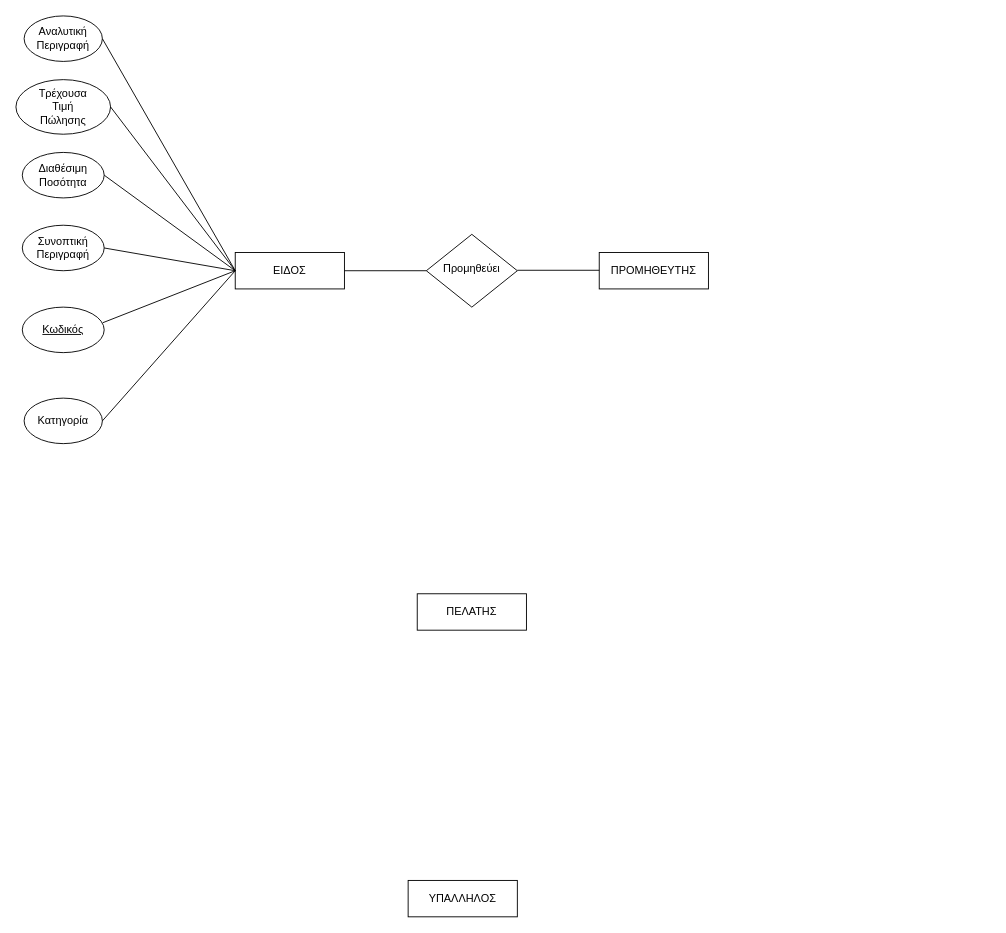
This is ERDiagramFlowchart.drawio from Lazini/ERDiagram, a draw.io file, before an edit. Source tidied: cells renumbered, new cells numbered last; positions are measured from the earlier drawing's top-left corner, leaving out a move shared by most shapes. Both pictures are drawn from the tidied source at 91%, with x=0, y=0 at pixel (15, 15).
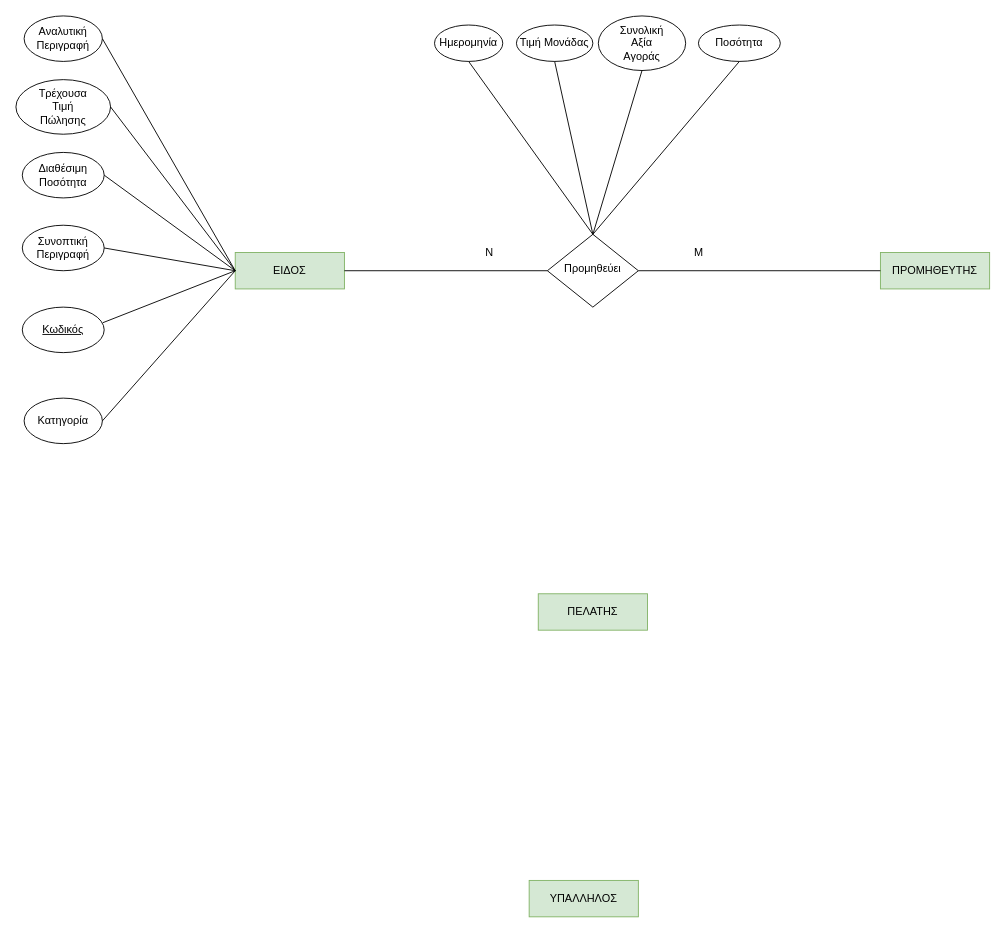
The same diagram, later.

What changed in the source:
```diff
@@
-    <mxCell id="2" value="ΕΙΔΟΣ" style="rounded=0;whiteSpace=wrap;html=1;fontSize=12;glass=0;strokeWidth=1;shadow=0;" parent="1" vertex="1">
+    <mxCell id="2" value="ΕΙΔΟΣ" style="rounded=0;whiteSpace=wrap;html=1;fontSize=12;glass=0;strokeWidth=1;shadow=0;fillColor=#d5e8d4;strokeColor=#82b366;" parent="1" vertex="1">
       <mxGeometry x="241" y="260" width="120" height="40" as="geometry" />
     </mxCell>
-    <mxCell id="3" value="&lt;div&gt;ΠΡΟΜΗΘΕΥΤΗΣ&lt;/div&gt;" style="rounded=0;whiteSpace=wrap;html=1;fontSize=12;glass=0;strokeWidth=1;shadow=0;" parent="1" vertex="1">
-      <mxGeometry x="641" y="260" width="120" height="40" as="geometry" />
+    <mxCell id="3" value="&lt;div&gt;ΠΡΟΜΗΘΕΥΤΗΣ&lt;/div&gt;" style="rounded=0;whiteSpace=wrap;html=1;fontSize=12;glass=0;strokeWidth=1;shadow=0;fillColor=#d5e8d4;strokeColor=#82b366;" parent="1" vertex="1">
+      <mxGeometry x="950" y="260" width="120" height="40" as="geometry" />
     </mxCell>
-    <mxCell id="4" value="&lt;div&gt;ΠΕΛΑΤΗΣ&lt;/div&gt;" style="rounded=0;whiteSpace=wrap;html=1;fontSize=12;glass=0;strokeWidth=1;shadow=0;" parent="1" vertex="1">
-      <mxGeometry x="441" y="635" width="120" height="40" as="geometry" />
+    <mxCell id="4" value="&lt;div&gt;ΠΕΛΑΤΗΣ&lt;/div&gt;" style="rounded=0;whiteSpace=wrap;html=1;fontSize=12;glass=0;strokeWidth=1;shadow=0;fillColor=#d5e8d4;strokeColor=#82b366;" parent="1" vertex="1">
+      <mxGeometry x="574" y="635" width="120" height="40" as="geometry" />
     </mxCell>
-    <mxCell id="5" value="&lt;div&gt;ΥΠΑΛΛΗΛΟΣ&lt;/div&gt;" style="rounded=0;whiteSpace=wrap;html=1;fontSize=12;glass=0;strokeWidth=1;shadow=0;" parent="1" vertex="1">
-      <mxGeometry x="431" y="950" width="120" height="40" as="geometry" />
+    <mxCell id="5" value="&lt;div&gt;ΥΠΑΛΛΗΛΟΣ&lt;/div&gt;" style="rounded=0;whiteSpace=wrap;html=1;fontSize=12;glass=0;strokeWidth=1;shadow=0;fillColor=#d5e8d4;strokeColor=#82b366;" parent="1" vertex="1">
+      <mxGeometry x="564" y="950" width="120" height="40" as="geometry" />
     </mxCell>
     <mxCell id="6" value="Προμηθεύει" style="rhombus;whiteSpace=wrap;html=1;shadow=0;fontFamily=Helvetica;fontSize=12;align=center;strokeWidth=1;spacing=6;spacingTop=-4;" parent="1" vertex="1">
-      <mxGeometry x="451" y="240" width="100" height="80" as="geometry" />
+      <mxGeometry x="584" y="240" width="100" height="80" as="geometry" />
     </mxCell>
@@
-    <mxCell id="8" style="endArrow=none;html=1;rounded=0;exitX=1;exitY=0.5;exitDx=0;exitDy=0;" parent="1" edge="1">
-      <mxGeometry relative="1" as="geometry">
-        <mxPoint x="551" y="279.5" as="sourcePoint" />
-        <mxPoint x="641" y="279.5" as="targetPoint" />
-      </mxGeometry>
+    <mxCell id="8" style="endArrow=none;html=1;rounded=0;exitX=1;exitY=0.5;exitDx=0;exitDy=0;entryX=0;entryY=0.5;entryDx=0;entryDy=0;" parent="1" edge="1" source="6" target="3">
+      <mxGeometry relative="1" as="geometry" />
     </mxCell>
@@
+    <mxCell id="21" value="Ν" style="text;html=1;align=center;verticalAlign=middle;strokeColor=none;fillColor=none;" parent="1" vertex="1">
+      <mxGeometry x="505" y="245" width="30" height="30" as="geometry" />
+    </mxCell>
+    <mxCell id="22" value="Μ" style="text;html=1;align=center;verticalAlign=middle;strokeColor=none;fillColor=none;" parent="1" vertex="1">
+      <mxGeometry x="735" y="245" width="30" height="30" as="geometry" />
+    </mxCell>
+    <mxCell id="23" value="Ημερομηνία" style="ellipse;whiteSpace=wrap;html=1;" parent="1" vertex="1">
+      <mxGeometry x="460" y="10" width="75" height="40" as="geometry" />
+    </mxCell>
+    <mxCell id="24" value="Τιμή Μονάδας" style="ellipse;whiteSpace=wrap;html=1;" parent="1" vertex="1">
+      <mxGeometry x="550" y="10" width="84" height="40" as="geometry" />
+    </mxCell>
+    <mxCell id="25" value="&lt;div&gt;Συνολική&lt;/div&gt;&lt;div&gt;Αξία&lt;/div&gt;&lt;div&gt;Αγοράς&lt;/div&gt;" style="ellipse;whiteSpace=wrap;html=1;" parent="1" vertex="1">
+      <mxGeometry x="640" width="96" height="60" as="geometry" />
+    </mxCell>
+    <mxCell id="26" value="&lt;div&gt;Ποσότητα&lt;/div&gt;" style="ellipse;whiteSpace=wrap;html=1;" parent="1" vertex="1">
+      <mxGeometry x="750" y="10" width="90" height="40" as="geometry" />
+    </mxCell>
+    <mxCell id="27" style="endArrow=none;html=1;rounded=0;exitX=0.5;exitY=1;exitDx=0;exitDy=0;entryX=0.5;entryY=0;entryDx=0;entryDy=0;" parent="1" edge="1" source="24" target="6">
+      <mxGeometry relative="1" as="geometry" />
+    </mxCell>
+    <mxCell id="28" style="endArrow=none;html=1;rounded=0;exitX=0.5;exitY=1;exitDx=0;exitDy=0;entryX=0.5;entryY=0;entryDx=0;entryDy=0;" parent="1" edge="1" source="23" target="6">
+      <mxGeometry relative="1" as="geometry" />
+    </mxCell>
+    <mxCell id="29" style="endArrow=none;html=1;rounded=0;exitX=0.5;exitY=1;exitDx=0;exitDy=0;entryX=0.5;entryY=0;entryDx=0;entryDy=0;" parent="1" edge="1" source="26" target="6">
+      <mxGeometry relative="1" as="geometry" />
+    </mxCell>
+    <mxCell id="30" style="endArrow=none;html=1;rounded=0;exitX=0.5;exitY=1;exitDx=0;exitDy=0;entryX=0.5;entryY=0;entryDx=0;entryDy=0;" parent="1" edge="1" source="25" target="6">
+      <mxGeometry relative="1" as="geometry" />
+    </mxCell>
```
